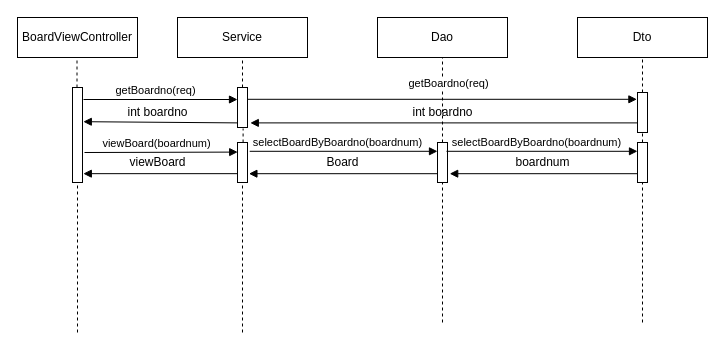
The draw.io diagram document/BoardViewController.drawio in iamheonil/KHSemiProject, before the edit. Source tidied: cells renumbered, new cells numbered last; positions are measured from the earlier drawing's top-left corner, leaving out a move shared by most shapes. Both pictures are drawn from the tidied source at 100%, with x=0, y=0 at pixel (17, 17).
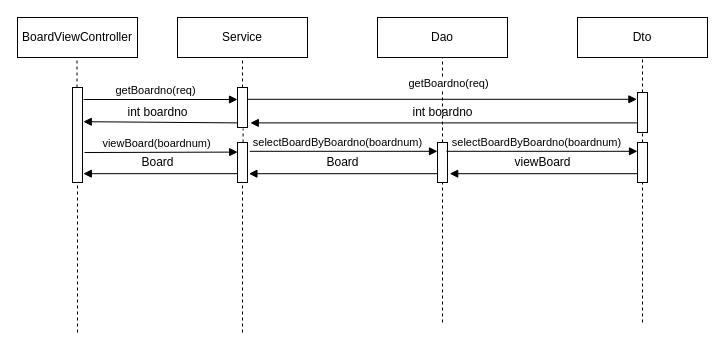
After the change.

Diff of the diagram source:
```diff
@@
-    <mxCell id="30" value="viewBoard" style="text;html=1;align=center;verticalAlign=middle;" parent="1" vertex="1">
-      <mxGeometry x="105" y="135" width="70" height="20" as="geometry" />
+    <mxCell id="30" value="Board" style="text;html=1;align=center;verticalAlign=middle;" parent="1" vertex="1">
+      <mxGeometry x="115" y="135" width="50" height="20" as="geometry" />
     </mxCell>
@@
-    <mxCell id="36" value="boardnum" style="text;html=1;align=center;verticalAlign=middle;" parent="1" vertex="1">
+    <mxCell id="36" value="viewBoard" style="text;html=1;align=center;verticalAlign=middle;" parent="1" vertex="1">
       <mxGeometry x="490" y="135" width="70" height="20" as="geometry" />
     </mxCell>
```
